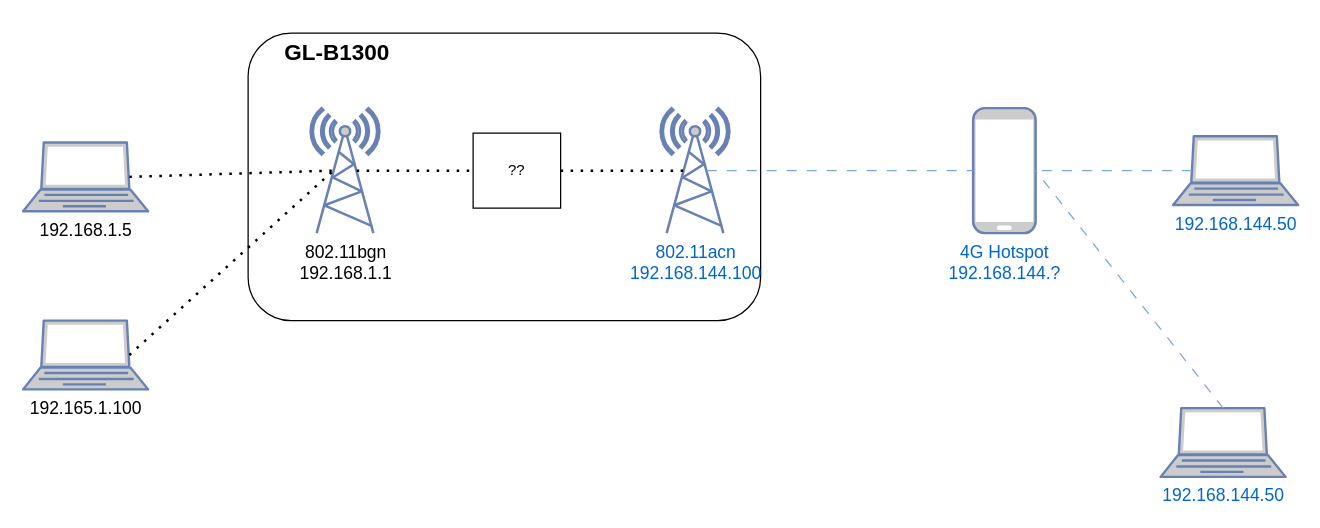
Above: Unbenanntes Diagramm.drawio in ywiyogo/drawio-sketch (draw.io), before the change. Source tidied: cells renumbered, new cells numbered last; positions are measured from the earlier drawing's top-left corner, leaving out a move shared by most shapes. Both pictures are drawn from the tidied source at 125%, with x=0, y=0 at pixel (22, 32).
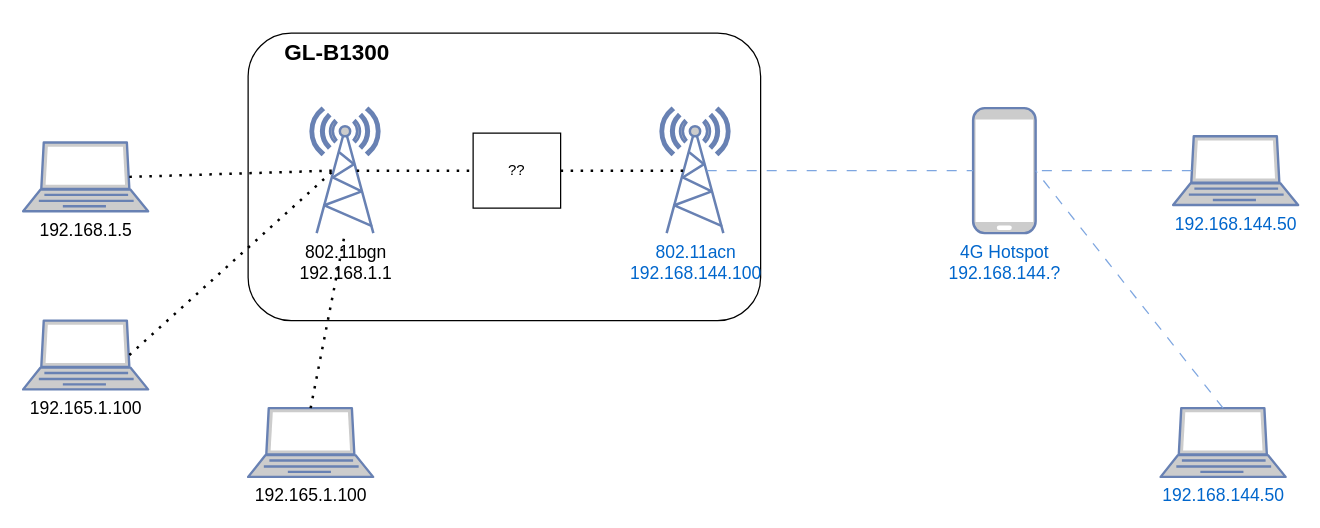
The same diagram, later.

The change refers to these unchanged cells:
```xml
<mxCell id="3" value="&lt;font color=&quot;#000000&quot; style=&quot;font-size: 14px;&quot;&gt;802.11bgn&lt;br&gt;192.168.1.1&lt;/font&gt;" style="fontColor=#0066CC;verticalAlign=top;verticalLabelPosition=bottom;labelPosition=center;align=center;html=1;outlineConnect=0;fillColor=#CCCCCC;strokeColor=#6881B3;gradientColor=none;gradientDirection=north;strokeWidth=2;shape=mxgraph.networks.radio_tower;" parent="1" vertex="1">
  <mxGeometry x="230" y="60" width="55" height="100" as="geometry" />
</mxCell>
```

Diff of the diagram source:
```diff
@@
+    <mxCell id="19" value="&lt;font color=&quot;#000000&quot; style=&quot;font-size: 14px;&quot;&gt;192.165.1.100&lt;/font&gt;" style="fontColor=#0066CC;verticalAlign=top;verticalLabelPosition=bottom;labelPosition=center;align=center;html=1;outlineConnect=0;fillColor=#CCCCCC;strokeColor=#6881B3;gradientColor=none;gradientDirection=north;strokeWidth=2;shape=mxgraph.networks.laptop;" parent="1" vertex="1">
+      <mxGeometry x="180" y="300" width="100" height="55" as="geometry" />
+    </mxCell>
+    <mxCell id="20" style="endArrow=none;dashed=1;html=1;dashPattern=1 3;strokeWidth=2;rounded=0;exitX=0.5;exitY=0;exitDx=0;exitDy=0;exitPerimeter=0;entryX=0.5;entryY=1;entryDx=0;entryDy=0;entryPerimeter=0;" parent="1" edge="1" source="19" target="3">
+      <mxGeometry relative="1" as="geometry" />
+    </mxCell>
```
